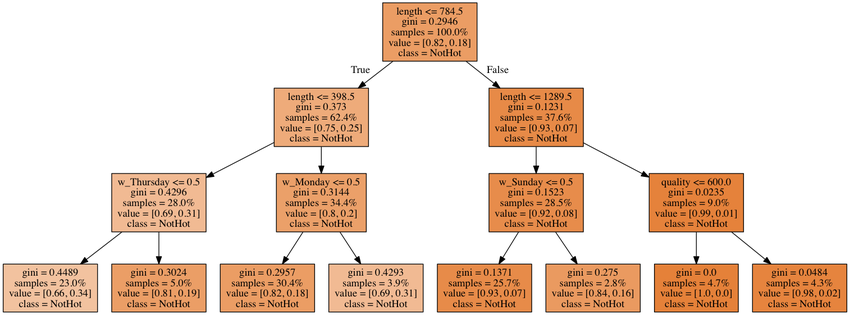
This is 18.OnlineVideo/tree.png from stasi009/TakeHomeDataChallenges, a Graphviz export, as it was before one commit. Its source is kept beside it as 18.OnlineVideo/tree.dot.
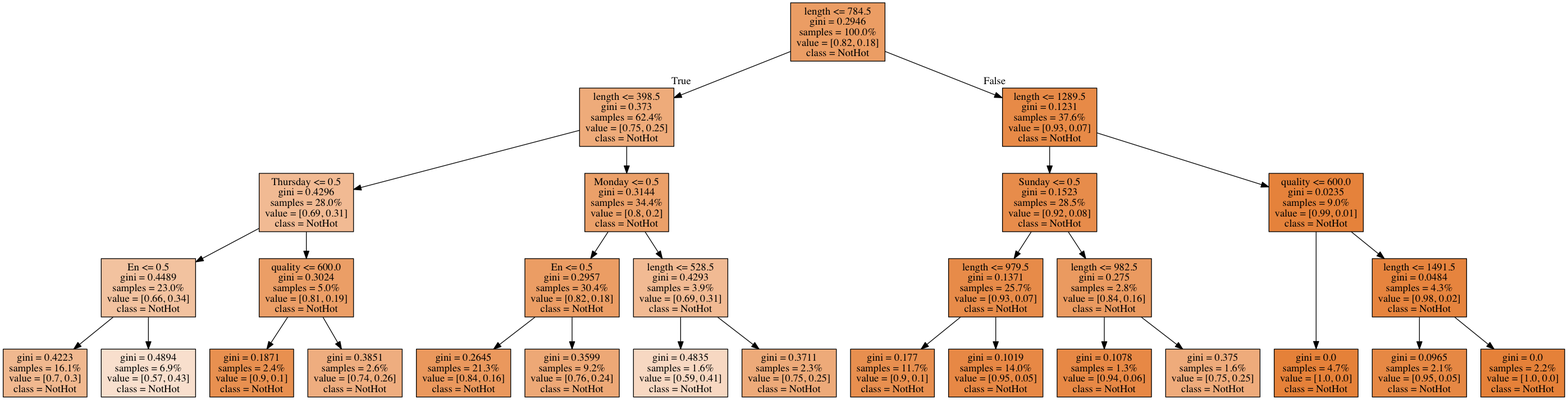
After the commit.

Change to the diagram source:
```diff
@@ -4,34 +4,63 @@
 0 [label="length <= 784.5\ngini = 0.2946\nsamples = 100.0%\nvalue = [0.82, 0.18]\nclass = NotHot", fillcolor="#e58139c7"] ;
 1 [label="length <= 398.5\ngini = 0.373\nsamples = 62.4%\nvalue = [0.75, 0.25]\nclass = NotHot", fillcolor="#e58139ab"] ;
 0 -> 1 [labeldistance=2.5, labelangle=45, headlabel="True"] ;
-2 [label="w_Thursday <= 0.5\ngini = 0.4296\nsamples = 28.0%\nvalue = [0.69, 0.31]\nclass = NotHot", fillcolor="#e581398b"] ;
+2 [label="Thursday <= 0.5\ngini = 0.4296\nsamples = 28.0%\nvalue = [0.69, 0.31]\nclass = NotHot", fillcolor="#e581398b"] ;
 1 -> 2 ;
-3 [label="gini = 0.4489\nsamples = 23.0%\nvalue = [0.66, 0.34]\nclass = NotHot", fillcolor="#e581397c"] ;
+3 [label="En <= 0.5\ngini = 0.4489\nsamples = 23.0%\nvalue = [0.66, 0.34]\nclass = NotHot", fillcolor="#e581397c"] ;
 2 -> 3 ;
-4 [label="gini = 0.3024\nsamples = 5.0%\nvalue = [0.81, 0.19]\nclass = NotHot", fillcolor="#e58139c5"] ;
-2 -> 4 ;
-5 [label="w_Monday <= 0.5\ngini = 0.3144\nsamples = 34.4%\nvalue = [0.8, 0.2]\nclass = NotHot", fillcolor="#e58139c1"] ;
-1 -> 5 ;
-6 [label="gini = 0.2957\nsamples = 30.4%\nvalue = [0.82, 0.18]\nclass = NotHot", fillcolor="#e58139c7"] ;
-5 -> 6 ;
-7 [label="gini = 0.4293\nsamples = 3.9%\nvalue = [0.69, 0.31]\nclass = NotHot", fillcolor="#e581398b"] ;
-5 -> 7 ;
-8 [label="length <= 1289.5\ngini = 0.1231\nsamples = 37.6%\nvalue = [0.93, 0.07]\nclass = NotHot", fillcolor="#e58139ed"] ;
-0 -> 8 [labeldistance=2.5, labelangle=-45, headlabel="False"] ;
-9 [label="w_Sunday <= 0.5\ngini = 0.1523\nsamples = 28.5%\nvalue = [0.92, 0.08]\nclass = NotHot", fillcolor="#e58139e8"] ;
-8 -> 9 ;
-10 [label="gini = 0.1371\nsamples = 25.7%\nvalue = [0.93, 0.07]\nclass = NotHot", fillcolor="#e58139eb"] ;
+4 [label="gini = 0.4223\nsamples = 16.1%\nvalue = [0.7, 0.3]\nclass = NotHot", fillcolor="#e5813990"] ;
+3 -> 4 ;
+5 [label="gini = 0.4894\nsamples = 6.9%\nvalue = [0.57, 0.43]\nclass = NotHot", fillcolor="#e5813941"] ;
+3 -> 5 ;
+6 [label="quality <= 600.0\ngini = 0.3024\nsamples = 5.0%\nvalue = [0.81, 0.19]\nclass = NotHot", fillcolor="#e58139c5"] ;
+2 -> 6 ;
+7 [label="gini = 0.1871\nsamples = 2.4%\nvalue = [0.9, 0.1]\nclass = NotHot", fillcolor="#e58139e1"] ;
+6 -> 7 ;
+8 [label="gini = 0.3851\nsamples = 2.6%\nvalue = [0.74, 0.26]\nclass = NotHot", fillcolor="#e58139a5"] ;
+6 -> 8 ;
+9 [label="Monday <= 0.5\ngini = 0.3144\nsamples = 34.4%\nvalue = [0.8, 0.2]\nclass = NotHot", fillcolor="#e58139c1"] ;
+1 -> 9 ;
+10 [label="En <= 0.5\ngini = 0.2957\nsamples = 30.4%\nvalue = [0.82, 0.18]\nclass = NotHot", fillcolor="#e58139c7"] ;
 9 -> 10 ;
-11 [label="gini = 0.275\nsamples = 2.8%\nvalue = [0.84, 0.16]\nclass = NotHot", fillcolor="#e58139cd"] ;
-9 -> 11 ;
-12 [label="quality <= 600.0\ngini = 0.0235\nsamples = 9.0%\nvalue = [0.99, 0.01]\nclass = NotHot", fillcolor="#e58139fc"] ;
-8 -> 12 ;
-13 [label="gini = 0.0\nsamples = 4.7%\nvalue = [1.0, 0.0]\nclass = NotHot", fillcolor="#e58139ff"] ;
-12 -> 13 ;
-14 [label="gini = 0.0484\nsamples = 4.3%\nvalue = [0.98, 0.02]\nclass = NotHot", fillcolor="#e58139f9"] ;
-12 -> 14 ;
+11 [label="gini = 0.2645\nsamples = 21.3%\nvalue = [0.84, 0.16]\nclass = NotHot", fillcolor="#e58139d0"] ;
+10 -> 11 ;
+12 [label="gini = 0.3599\nsamples = 9.2%\nvalue = [0.76, 0.24]\nclass = NotHot", fillcolor="#e58139b1"] ;
+10 -> 12 ;
+13 [label="length <= 528.5\ngini = 0.4293\nsamples = 3.9%\nvalue = [0.69, 0.31]\nclass = NotHot", fillcolor="#e581398b"] ;
+9 -> 13 ;
+14 [label="gini = 0.4835\nsamples = 1.6%\nvalue = [0.59, 0.41]\nclass = NotHot", fillcolor="#e581394e"] ;
+13 -> 14 ;
+15 [label="gini = 0.3711\nsamples = 2.3%\nvalue = [0.75, 0.25]\nclass = NotHot", fillcolor="#e58139ac"] ;
+13 -> 15 ;
+16 [label="length <= 1289.5\ngini = 0.1231\nsamples = 37.6%\nvalue = [0.93, 0.07]\nclass = NotHot", fillcolor="#e58139ed"] ;
+0 -> 16 [labeldistance=2.5, labelangle=-45, headlabel="False"] ;
+17 [label="Sunday <= 0.5\ngini = 0.1523\nsamples = 28.5%\nvalue = [0.92, 0.08]\nclass = NotHot", fillcolor="#e58139e8"] ;
+16 -> 17 ;
+18 [label="length <= 979.5\ngini = 0.1371\nsamples = 25.7%\nvalue = [0.93, 0.07]\nclass = NotHot", fillcolor="#e58139eb"] ;
+17 -> 18 ;
+19 [label="gini = 0.177\nsamples = 11.7%\nvalue = [0.9, 0.1]\nclass = NotHot", fillcolor="#e58139e3"] ;
+18 -> 19 ;
+20 [label="gini = 0.1019\nsamples = 14.0%\nvalue = [0.95, 0.05]\nclass = NotHot", fillcolor="#e58139f0"] ;
+18 -> 20 ;
+21 [label="length <= 982.5\ngini = 0.275\nsamples = 2.8%\nvalue = [0.84, 0.16]\nclass = NotHot", fillcolor="#e58139cd"] ;
+17 -> 21 ;
+22 [label="gini = 0.1078\nsamples = 1.3%\nvalue = [0.94, 0.06]\nclass = NotHot", fillcolor="#e58139f0"] ;
+21 -> 22 ;
+23 [label="gini = 0.375\nsamples = 1.6%\nvalue = [0.75, 0.25]\nclass = NotHot", fillcolor="#e58139aa"] ;
+21 -> 23 ;
+24 [label="quality <= 600.0\ngini = 0.0235\nsamples = 9.0%\nvalue = [0.99, 0.01]\nclass = NotHot", fillcolor="#e58139fc"] ;
+16 -> 24 ;
+25 [label="gini = 0.0\nsamples = 4.7%\nvalue = [1.0, 0.0]\nclass = NotHot", fillcolor="#e58139ff"] ;
+24 -> 25 ;
+26 [label="length <= 1491.5\ngini = 0.0484\nsamples = 4.3%\nvalue = [0.98, 0.02]\nclass = NotHot", fillcolor="#e58139f9"] ;
+24 -> 26 ;
+27 [label="gini = 0.0965\nsamples = 2.1%\nvalue = [0.95, 0.05]\nclass = NotHot", fillcolor="#e58139f1"] ;
+26 -> 27 ;
+28 [label="gini = 0.0\nsamples = 2.2%\nvalue = [1.0, 0.0]\nclass = NotHot", fillcolor="#e58139ff"] ;
+26 -> 28 ;
 {rank=same ; 0} ;
-{rank=same ; 1; 8} ;
-{rank=same ; 2; 5; 9; 12} ;
-{rank=same ; 3; 4; 6; 7; 10; 11; 13; 14} ;
+{rank=same ; 1; 16} ;
+{rank=same ; 2; 9; 17; 24} ;
+{rank=same ; 3; 6; 10; 13; 18; 21; 26} ;
+{rank=same ; 4; 5; 7; 8; 11; 12; 14; 15; 19; 20; 22; 23; 25; 27; 28} ;
 }
```
